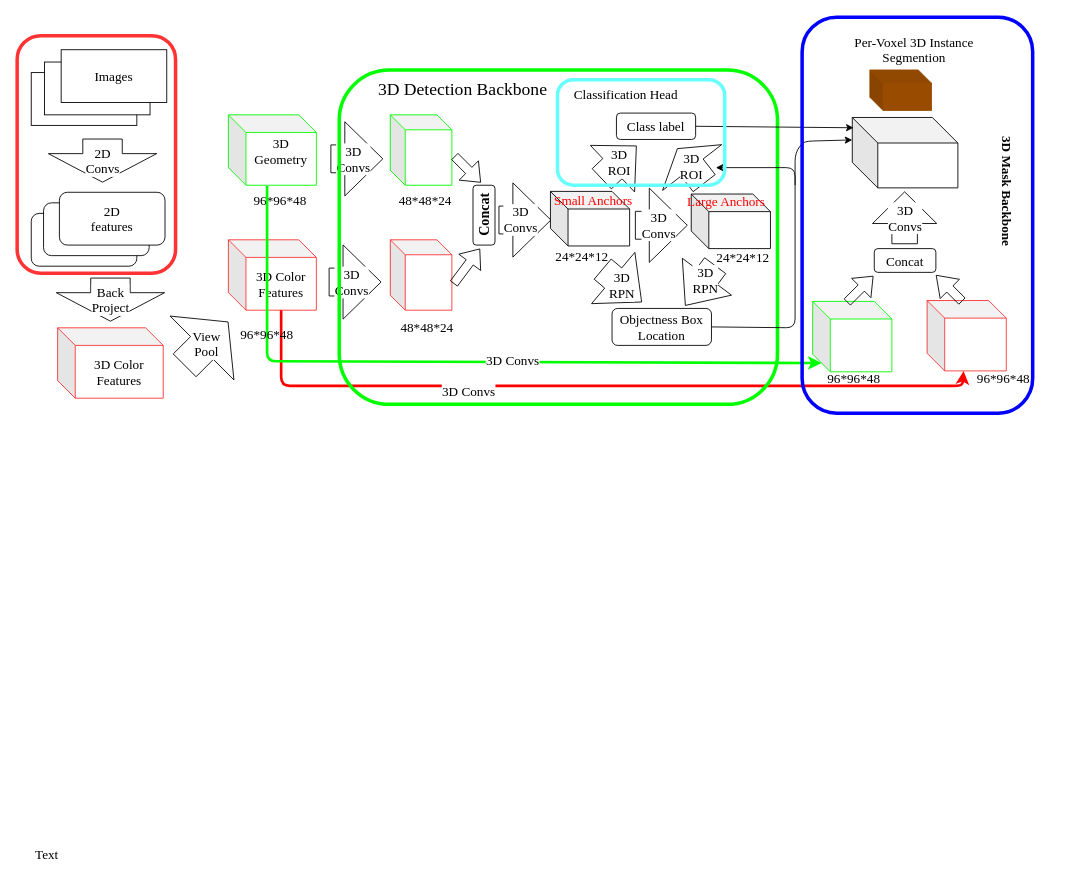
This is sis.drawio from ByronGe/HARProject, a draw.io file, before an edit. Source tidied: cells renumbered, new cells numbered last; positions are measured from the earlier drawing's top-left corner, leaving out a move shared by most shapes. Both pictures are drawn from the tidied source at 88%, with x=0, y=0 at pixel (17, 17).
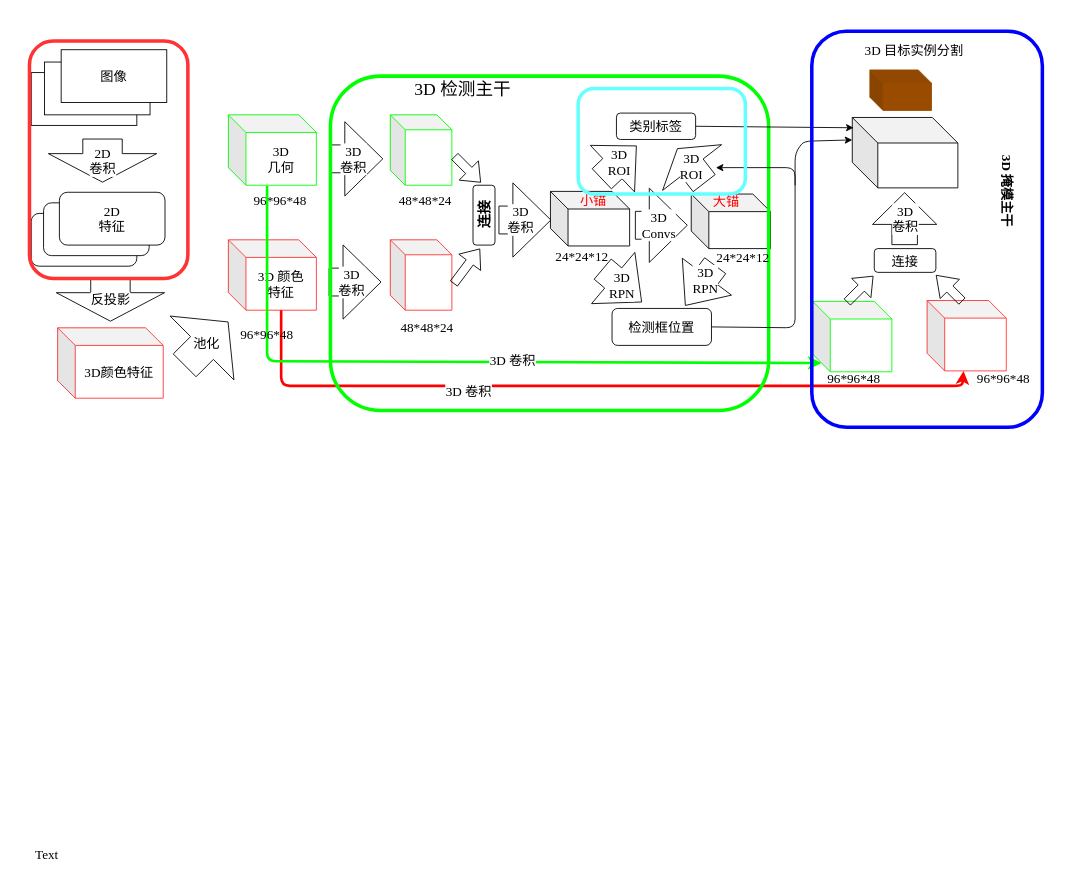
The same page after the edit.

Unchanged cells that the change refers to:
```xml
<mxCell id="15" style="shape=flexArrow;endArrow=classic;html=1;endWidth=51.66666666666667;endSize=14.058333333333335;width=31.666666666666668;fontFamily=Times New Roman;fontSize=15;" parent="1" edge="1">
  <mxGeometry relative="1" as="geometry">
    <mxPoint x="356" y="161" as="sourcePoint" />
    <mxPoint x="416" y="161" as="targetPoint" />
  </mxGeometry>
</mxCell>
<mxCell id="17" style="shape=flexArrow;endArrow=classic;html=1;endWidth=51.66666666666667;endSize=14.058333333333335;width=31.666666666666668;fontFamily=Times New Roman;fontSize=15;" parent="1" edge="1">
  <mxGeometry relative="1" as="geometry">
    <mxPoint x="354" y="301" as="sourcePoint" />
    <mxPoint x="414" y="301" as="targetPoint" />
  </mxGeometry>
</mxCell>
<mxCell id="22" style="shape=flexArrow;endArrow=classic;html=1;endWidth=51.66666666666667;endSize=14.058333333333335;width=31.666666666666668;fontFamily=Times New Roman;fontSize=15;" parent="1" edge="1">
  <mxGeometry relative="1" as="geometry">
    <mxPoint x="547" y="230.5" as="sourcePoint" />
    <mxPoint x="607" y="230.5" as="targetPoint" />
  </mxGeometry>
</mxCell>
<mxCell id="34" style="endArrow=classic;html=1;fontFamily=Times New Roman;fontSize=15;strokeColor=#FF0000;strokeWidth=3;exitX=0;exitY=0;exitDx=60;exitDy=80;exitPerimeter=0;" parent="1" edge="1" source="13" target="39">
  <mxGeometry relative="1" as="geometry">
    <Array as="points">
      <mxPoint x="300" y="419" />
      <mxPoint x="1074" y="419" />
    </Array>
  </mxGeometry>
</mxCell>
<mxCell id="36" style="endArrow=classic;html=1;fontFamily=Times New Roman;fontSize=15;strokeColor=#00FF00;strokeWidth=3;" parent="1" edge="1">
  <mxGeometry relative="1" as="geometry">
    <mxPoint x="284" y="192" as="sourcePoint" />
    <mxPoint x="914" y="393" as="targetPoint" />
    <Array as="points">
      <mxPoint x="284" y="391" />
    </Array>
  </mxGeometry>
</mxCell>
```

What changed in the source:
```diff
@@
-    <mxCell id="4" value="Images" style="rounded=0;whiteSpace=wrap;html=1;fontFamily=Times New Roman;fontSize=15;" parent="1" vertex="1">
+    <mxCell id="4" value="图像" style="rounded=0;whiteSpace=wrap;html=1;fontFamily=Times New Roman;fontSize=15;" parent="1" vertex="1">
       <mxGeometry x="50" y="37" width="120" height="60" as="geometry" />
     </mxCell>
-    <mxCell id="5" value="2D&lt;br style=&quot;font-size: 15px;&quot;&gt;Convs" style="shape=flexArrow;endArrow=classic;html=1;endWidth=77.24137931034483;endSize=10.46896551724138;width=44.827586206896555;fontFamily=Times New Roman;fontSize=15;" parent="1" edge="1">
+    <mxCell id="5" value="2D&lt;br style=&quot;font-size: 15px&quot;&gt;卷积" style="shape=flexArrow;endArrow=classic;html=1;endWidth=77.24137931034483;endSize=10.46896551724138;width=44.827586206896555;fontFamily=Times New Roman;fontSize=15;" parent="1" edge="1">
       <mxGeometry relative="1" as="geometry">
         <mxPoint x="97" y="138" as="sourcePoint" />
         <mxPoint x="97" y="188" as="targetPoint" />
       </mxGeometry>
     </mxCell>
@@
-    <mxCell id="8" value="2D&lt;br style=&quot;font-size: 15px;&quot;&gt;features" style="rounded=1;whiteSpace=wrap;html=1;fontFamily=Times New Roman;fontSize=15;" parent="1" vertex="1">
+    <mxCell id="8" value="2D&lt;br style=&quot;font-size: 15px&quot;&gt;特征" style="rounded=1;whiteSpace=wrap;html=1;fontFamily=Times New Roman;fontSize=15;" parent="1" vertex="1">
       <mxGeometry x="48" y="199" width="120" height="60" as="geometry" />
     </mxCell>
-    <mxCell id="9" value="Back&lt;br style=&quot;font-size: 15px;&quot;&gt;Project" style="shape=flexArrow;endArrow=classic;html=1;endWidth=77.24137931034483;endSize=10.46896551724138;width=44.827586206896555;fontFamily=Times New Roman;fontSize=15;" parent="1" edge="1">
+    <mxCell id="9" value="反投影" style="shape=flexArrow;endArrow=classic;html=1;endWidth=77.24137931034483;endSize=10.46896551724138;width=44.827586206896555;fontFamily=Times New Roman;fontSize=15;" parent="1" edge="1">
       <mxGeometry relative="1" as="geometry">
         <mxPoint x="106" y="296" as="sourcePoint" />
         <mxPoint x="106" y="346" as="targetPoint" />
       </mxGeometry>
     </mxCell>
-    <mxCell id="10" value="3D Color&lt;br style=&quot;font-size: 15px;&quot;&gt;Features" style="shape=cube;whiteSpace=wrap;html=1;boundedLbl=1;backgroundOutline=1;darkOpacity=0.05;darkOpacity2=0.1;strokeColor=#FF3333;fontFamily=Times New Roman;fontSize=15;" parent="1" vertex="1">
+    <mxCell id="10" value="3D颜色特征" style="shape=cube;whiteSpace=wrap;html=1;boundedLbl=1;backgroundOutline=1;darkOpacity=0.05;darkOpacity2=0.1;strokeColor=#FF3333;fontFamily=Times New Roman;fontSize=15;" parent="1" vertex="1">
       <mxGeometry x="46" y="353" width="120" height="80" as="geometry" />
     </mxCell>
-    <mxCell id="11" value="View&lt;br style=&quot;font-size: 15px;&quot;&gt;Pool" style="shape=flexArrow;endArrow=classic;html=1;endWidth=65;endSize=13.625000000000002;width=36.66666666666667;fontFamily=Times New Roman;fontSize=15;" parent="1" edge="1">
+    <mxCell id="11" value="池化" style="shape=flexArrow;endArrow=classic;html=1;endWidth=65;endSize=13.625000000000002;width=36.66666666666667;fontFamily=Times New Roman;fontSize=15;" parent="1" edge="1">
       <mxGeometry relative="1" as="geometry">
         <mxPoint x="190" y="396" as="sourcePoint" />
         <mxPoint x="240" y="346" as="targetPoint" />
       </mxGeometry>
     </mxCell>
-    <mxCell id="12" value="3D&lt;br style=&quot;font-size: 15px;&quot;&gt;Geometry&lt;br style=&quot;font-size: 15px;&quot;&gt;&amp;nbsp; &amp;nbsp;&amp;nbsp;" style="shape=cube;whiteSpace=wrap;html=1;boundedLbl=1;backgroundOutline=1;darkOpacity=0.05;darkOpacity2=0.1;strokeColor=#00FF00;fontFamily=Times New Roman;fontSize=15;" parent="1" vertex="1">
+    <mxCell id="12" value="3D&lt;br style=&quot;font-size: 15px&quot;&gt;几何" style="shape=cube;whiteSpace=wrap;html=1;boundedLbl=1;backgroundOutline=1;darkOpacity=0.05;darkOpacity2=0.1;strokeColor=#00FF00;fontFamily=Times New Roman;fontSize=15;" parent="1" vertex="1">
       <mxGeometry x="240" y="111" width="100" height="80" as="geometry" />
     </mxCell>
-    <mxCell id="13" value="3D Color&lt;br style=&quot;font-size: 15px;&quot;&gt;Features" style="shape=cube;whiteSpace=wrap;html=1;boundedLbl=1;backgroundOutline=1;darkOpacity=0.05;darkOpacity2=0.1;strokeColor=#FF3333;fontFamily=Times New Roman;fontSize=15;" parent="1" vertex="1">
+    <mxCell id="13" value="3D 颜色&lt;br&gt;特征" style="shape=cube;whiteSpace=wrap;html=1;boundedLbl=1;backgroundOutline=1;darkOpacity=0.05;darkOpacity2=0.1;strokeColor=#FF3333;fontFamily=Times New Roman;fontSize=15;" parent="1" vertex="1">
       <mxGeometry x="240" y="253" width="100" height="80" as="geometry" />
     </mxCell>
@@
-    <mxCell id="16" value="3D&lt;br style=&quot;font-size: 15px;&quot;&gt;Convs" style="text;html=1;align=center;verticalAlign=middle;labelBackgroundColor=#ffffff;fontFamily=Times New Roman;fontSize=15;" parent="15" vertex="1">
+    <mxCell id="16" value="3D&lt;br style=&quot;font-size: 15px&quot;&gt;卷积" style="text;html=1;align=center;verticalAlign=middle;labelBackgroundColor=#ffffff;fontFamily=Times New Roman;fontSize=15;" parent="15" vertex="1">
       <mxGeometry x="-0.18" y="13" relative="1" as="geometry">
         <mxPoint y="12" as="offset" />
       </mxGeometry>
     </mxCell>
@@
-    <mxCell id="18" value="3D&lt;br style=&quot;font-size: 15px;&quot;&gt;Convs" style="text;html=1;align=center;verticalAlign=middle;labelBackgroundColor=#ffffff;fontFamily=Times New Roman;fontSize=15;" parent="17" vertex="1">
+    <mxCell id="18" value="3D&lt;br style=&quot;font-size: 15px&quot;&gt;卷积" style="text;html=1;align=center;verticalAlign=middle;labelBackgroundColor=#ffffff;fontFamily=Times New Roman;fontSize=15;" parent="17" vertex="1">
       <mxGeometry x="-0.18" y="13" relative="1" as="geometry">
         <mxPoint y="12" as="offset" />
       </mxGeometry>
     </mxCell>
@@
-    <mxCell id="21" value="&lt;font style=&quot;font-size: 16px&quot;&gt;&lt;b&gt;Concat&lt;/b&gt;&lt;/font&gt;" style="rounded=1;whiteSpace=wrap;html=1;fontFamily=Times New Roman;fontSize=15;horizontal=0;" parent="1" vertex="1">
+    <mxCell id="21" value="&lt;font style=&quot;font-size: 16px&quot;&gt;&lt;b&gt;连接&lt;/b&gt;&lt;/font&gt;" style="rounded=1;whiteSpace=wrap;html=1;fontFamily=Times New Roman;fontSize=15;horizontal=0;" parent="1" vertex="1">
       <mxGeometry x="518" y="191" width="25" height="68" as="geometry" />
     </mxCell>
@@
-    <mxCell id="23" value="3D&lt;br style=&quot;font-size: 15px;&quot;&gt;Convs" style="text;html=1;align=center;verticalAlign=middle;labelBackgroundColor=#ffffff;fontFamily=Times New Roman;fontSize=15;" parent="22" vertex="1">
+    <mxCell id="23" value="3D&lt;br style=&quot;font-size: 15px&quot;&gt;卷积" style="text;html=1;align=center;verticalAlign=middle;labelBackgroundColor=#ffffff;fontFamily=Times New Roman;fontSize=15;" parent="22" vertex="1">
       <mxGeometry x="-0.18" y="13" relative="1" as="geometry">
         <mxPoint x="-1" y="12" as="offset" />
       </mxGeometry>
     </mxCell>
@@
-    <mxCell id="26" value="&lt;font color=&quot;#ff0000&quot;&gt;Small Anchors&lt;/font&gt;" style="text;html=1;strokeColor=none;fillColor=none;align=center;verticalAlign=middle;whiteSpace=wrap;rounded=0;fontFamily=Times New Roman;fontSize=15;" parent="1" vertex="1">
+    <mxCell id="26" value="&lt;font color=&quot;#ff0000&quot;&gt;小锚&lt;/font&gt;" style="text;html=1;strokeColor=none;fillColor=none;align=center;verticalAlign=middle;whiteSpace=wrap;rounded=0;fontFamily=Times New Roman;fontSize=15;" parent="1" vertex="1">
       <mxGeometry x="605" y="198" width="100" height="20" as="geometry" />
     </mxCell>
-    <mxCell id="27" value="&lt;font color=&quot;#ff0000&quot;&gt;Large Anchors&lt;/font&gt;" style="text;html=1;strokeColor=none;fillColor=none;align=center;verticalAlign=middle;whiteSpace=wrap;rounded=0;fontFamily=Times New Roman;fontSize=15;" parent="1" vertex="1">
+    <mxCell id="27" value="&lt;font color=&quot;#ff0000&quot;&gt;大锚&lt;/font&gt;" style="text;html=1;strokeColor=none;fillColor=none;align=center;verticalAlign=middle;whiteSpace=wrap;rounded=0;fontFamily=Times New Roman;fontSize=15;" parent="1" vertex="1">
       <mxGeometry x="756" y="199" width="100" height="20" as="geometry" />
     </mxCell>
@@
-    <mxCell id="29" value="Class label" style="rounded=1;whiteSpace=wrap;html=1;fontFamily=Times New Roman;fontSize=15;" parent="1" vertex="1">
+    <mxCell id="29" value="类别标签" style="rounded=1;whiteSpace=wrap;html=1;fontFamily=Times New Roman;fontSize=15;" parent="1" vertex="1">
       <mxGeometry x="681" y="109" width="90" height="30" as="geometry" />
     </mxCell>
@@
-    <mxCell id="33" value="Objectness Box&lt;br style=&quot;font-size: 15px&quot;&gt;Location" style="rounded=1;whiteSpace=wrap;html=1;fontFamily=Times New Roman;fontSize=15;" parent="1" vertex="1">
+    <mxCell id="33" value="检测框位置" style="rounded=1;whiteSpace=wrap;html=1;fontFamily=Times New Roman;fontSize=15;" parent="1" vertex="1">
       <mxGeometry x="676" y="331" width="113" height="42" as="geometry" />
     </mxCell>
@@
-    <mxCell id="35" value="3D Convs" style="text;html=1;align=center;verticalAlign=middle;labelBackgroundColor=#ffffff;fontSize=15;fontFamily=Times New Roman;" parent="34" vertex="1">
+    <mxCell id="35" value="3D 卷积" style="text;html=1;align=center;verticalAlign=middle;labelBackgroundColor=#ffffff;fontSize=15;fontFamily=Times New Roman;" parent="34" vertex="1">
       <mxGeometry x="-0.32" y="-5" relative="1" as="geometry" />
     </mxCell>
@@
-    <mxCell id="37" value="3D Convs" style="text;html=1;align=center;verticalAlign=middle;labelBackgroundColor=#ffffff;fontSize=15;fontFamily=Times New Roman;" parent="36" vertex="1">
+    <mxCell id="37" value="3D 卷积" style="text;html=1;align=center;verticalAlign=middle;labelBackgroundColor=#ffffff;fontSize=15;fontFamily=Times New Roman;" parent="36" vertex="1">
       <mxGeometry x="0.15" y="2" relative="1" as="geometry" />
     </mxCell>
@@
-    <mxCell id="42" value="Concat" style="rounded=1;whiteSpace=wrap;html=1;fontFamily=Times New Roman;fontSize=15;" parent="1" vertex="1">
+    <mxCell id="42" value="连接" style="rounded=1;whiteSpace=wrap;html=1;fontFamily=Times New Roman;fontSize=15;" parent="1" vertex="1">
       <mxGeometry x="974" y="263" width="70" height="27" as="geometry" />
     </mxCell>
-    <mxCell id="43" value="3D&lt;br style=&quot;font-size: 15px;&quot;&gt;Convs" style="shape=flexArrow;endArrow=classic;html=1;endWidth=43;endSize=11.67;width=29;fontFamily=Times New Roman;fontSize=15;" parent="1" edge="1">
+    <mxCell id="43" value="3D&lt;br&gt;卷积" style="shape=flexArrow;endArrow=classic;html=1;endWidth=43;endSize=11.67;width=29;fontFamily=Times New Roman;fontSize=15;" parent="1" edge="1">
       <mxGeometry relative="1" as="geometry">
-        <mxPoint x="1008.5" y="258" as="sourcePoint" />
-        <mxPoint x="1008.5" y="198" as="targetPoint" />
+        <mxPoint x="1008.5" y="259" as="sourcePoint" />
+        <mxPoint x="1008.5" y="199" as="targetPoint" />
       </mxGeometry>
     </mxCell>
@@
-    <mxCell id="46" value="Per-Voxel 3D Instance Segmention" style="text;html=1;strokeColor=none;fillColor=none;align=center;verticalAlign=middle;whiteSpace=wrap;rounded=0;fontFamily=Times New Roman;fontSize=15;" parent="1" vertex="1">
+    <mxCell id="46" value="3D 目标实例分割" style="text;html=1;strokeColor=none;fillColor=none;align=center;verticalAlign=middle;whiteSpace=wrap;rounded=0;fontFamily=Times New Roman;fontSize=15;" parent="1" vertex="1">
       <mxGeometry x="914" y="27" width="211" height="20" as="geometry" />
     </mxCell>
     <mxCell id="47" style="rounded=1;whiteSpace=wrap;html=1;fillColor=none;strokeColor=#FF3333;strokeWidth=4;fontFamily=Times New Roman;fontSize=15;" parent="1" vertex="1">
-      <mxGeometry y="21" width="180" height="270" as="geometry" />
+      <mxGeometry x="14" y="27" width="180" height="270" as="geometry" />
     </mxCell>
@@
     <mxCell id="54" style="rounded=1;whiteSpace=wrap;html=1;strokeColor=#00FF00;strokeWidth=4;fillColor=none;fontFamily=Times New Roman;fontSize=15;shadow=0;" parent="1" vertex="1">
-      <mxGeometry x="366" y="60" width="498" height="380" as="geometry" />
+      <mxGeometry x="356" y="67" width="498" height="380" as="geometry" />
     </mxCell>
-    <mxCell id="55" value="&lt;font style=&quot;font-size: 20px&quot;&gt;3D Detection Backbone&lt;/font&gt;" style="text;html=1;strokeColor=none;fillColor=none;align=center;verticalAlign=middle;whiteSpace=wrap;rounded=0;fontFamily=Times New Roman;fontSize=15;" parent="1" vertex="1">
+    <mxCell id="55" value="&lt;font style=&quot;font-size: 20px&quot;&gt;3D 检测主干&lt;/font&gt;" style="text;html=1;strokeColor=none;fillColor=none;align=center;verticalAlign=middle;whiteSpace=wrap;rounded=0;fontFamily=Times New Roman;fontSize=15;" parent="1" vertex="1">
       <mxGeometry x="373" y="71" width="267" height="20" as="geometry" />
     </mxCell>
@@
     <mxCell id="63" style="rounded=1;whiteSpace=wrap;html=1;strokeColor=#0000FF;strokeWidth=4;fillColor=none;fontFamily=Times New Roman;fontSize=15;" parent="1" vertex="1">
-      <mxGeometry x="892" width="262" height="450" as="geometry" />
+      <mxGeometry x="903" y="16" width="262" height="450" as="geometry" />
     </mxCell>
@@
-    <mxCell id="67" value="&lt;b&gt;3D Mask Backbone&lt;/b&gt;" style="text;html=1;strokeColor=none;fillColor=none;align=center;verticalAlign=middle;whiteSpace=wrap;rounded=0;shadow=0;labelBackgroundColor=none;fontFamily=Times New Roman;fontSize=15;fontColor=#000000;horizontal=0;rotation=-180;" parent="1" vertex="1">
+    <mxCell id="67" value="&lt;b&gt;3D 掩模主干&lt;/b&gt;" style="text;html=1;strokeColor=none;fillColor=none;align=center;verticalAlign=middle;whiteSpace=wrap;rounded=0;shadow=0;labelBackgroundColor=none;fontFamily=Times New Roman;fontSize=15;fontColor=#000000;horizontal=0;rotation=-180;" parent="1" vertex="1">
       <mxGeometry x="1101.5" y="78" width="49" height="240" as="geometry" />
     </mxCell>
     <mxCell id="68" style="rounded=1;whiteSpace=wrap;html=1;shadow=0;labelBackgroundColor=none;strokeColor=#66FFFF;strokeWidth=4;fillColor=none;fontFamily=Times New Roman;fontSize=15;fontColor=#000000;" parent="1" vertex="1">
-      <mxGeometry x="614" y="71" width="190" height="120" as="geometry" />
+      <mxGeometry x="637.5" y="81" width="190" height="120" as="geometry" />
     </mxCell>
-    <mxCell id="69" value="Classification Head" style="text;html=1;strokeColor=none;fillColor=none;align=center;verticalAlign=middle;whiteSpace=wrap;rounded=0;shadow=0;labelBackgroundColor=none;fontFamily=Times New Roman;fontSize=15;fontColor=#000000;" parent="1" vertex="1">
-      <mxGeometry x="622" y="78" width="140" height="20" as="geometry" />
-    </mxCell>
```
